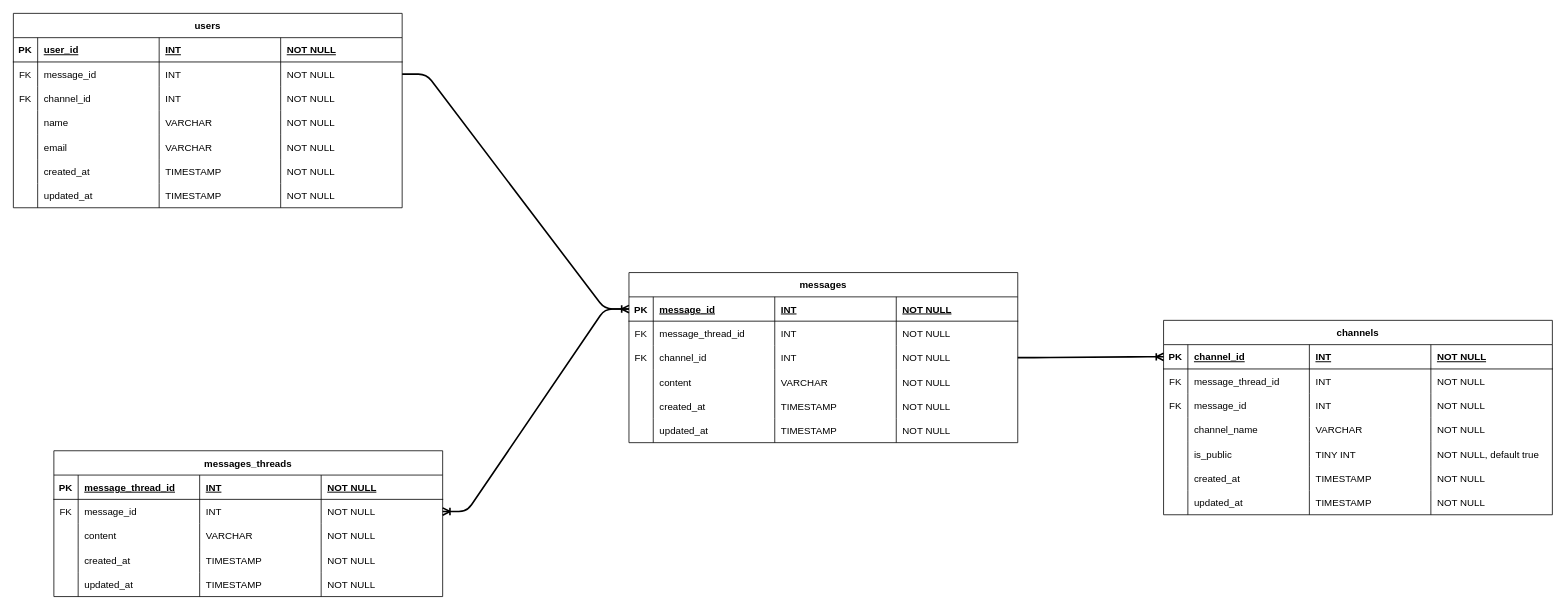
Earlier version of the draw.io diagram データベース設計/データモデリング/データモデリング2/課題1/課題1-1.drawio (ISAWASHUN/PrAhaChallenge). Source tidied: cells renumbered, new cells numbered last; positions are measured from the earlier drawing's top-left corner, leaving out a move shared by most shapes. Both pictures are drawn from the tidied source at 81%, with x=0, y=0 at pixel (13, 13).
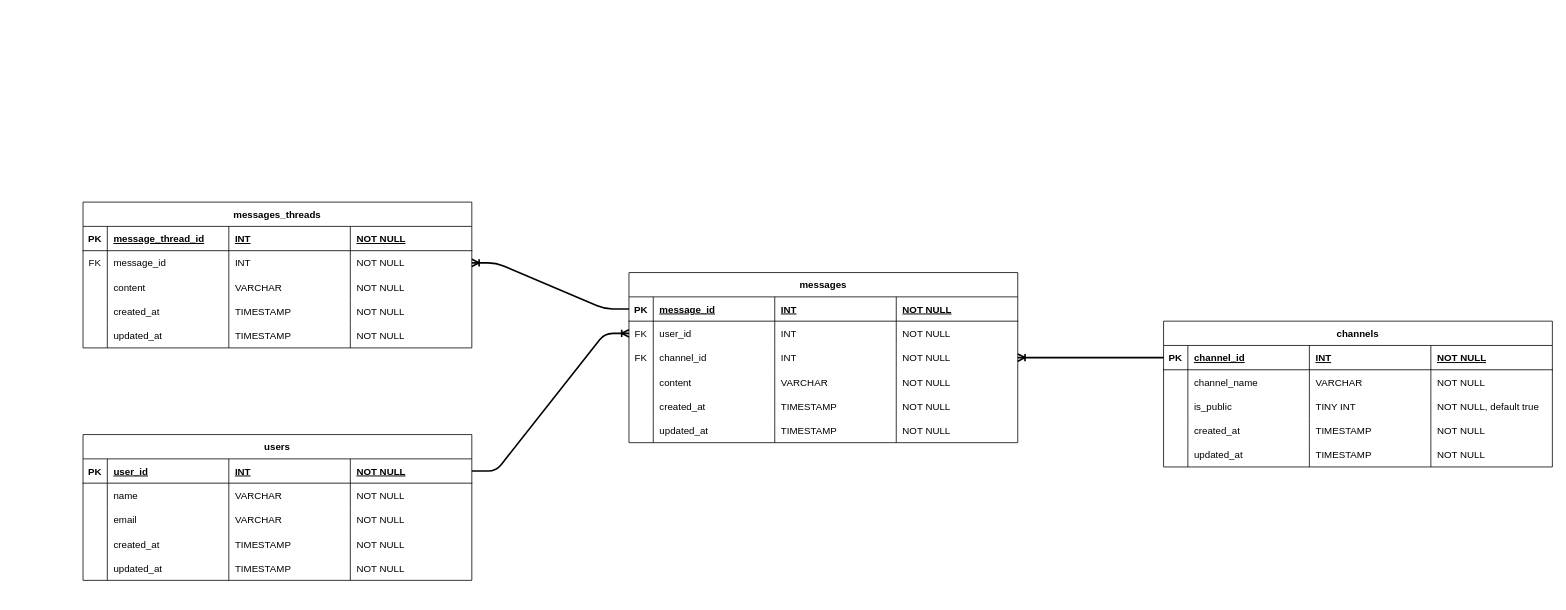
Above is the later version.

Commit message (it also covers changes not shown here):
✨Database Modeling2 外部キーが循環していたので修正

The change refers to these unchanged cells:
```xml
<mxCell id="3" style="shape=tableRow;horizontal=0;startSize=0;swimlaneHead=0;swimlaneBody=0;fillColor=none;points=[[0,0.5],[1,0.5]];portConstraint=eastwest;top=0;left=0;right=0;bottom=1;" parent="2" vertex="1">
  <mxGeometry y="30" width="480" height="30" as="geometry" />
</mxCell>
<mxCell id="39" style="shape=tableRow;horizontal=0;startSize=0;swimlaneHead=0;swimlaneBody=0;fillColor=none;points=[[0,0.5],[1,0.5]];portConstraint=eastwest;top=0;left=0;right=0;bottom=1;" parent="38" vertex="1">
  <mxGeometry y="30" width="480" height="30" as="geometry" />
</mxCell>
<mxCell id="44" style="shape=tableRow;horizontal=0;startSize=0;swimlaneHead=0;swimlaneBody=0;fillColor=none;points=[[0,0.5],[1,0.5]];portConstraint=eastwest;top=0;left=0;right=0;bottom=0;" parent="38" vertex="1">
  <mxGeometry y="60" width="480" height="30" as="geometry" />
</mxCell>
<mxCell id="49" style="shape=tableRow;horizontal=0;startSize=0;swimlaneHead=0;swimlaneBody=0;fillColor=none;points=[[0,0.5],[1,0.5]];portConstraint=eastwest;top=0;left=0;right=0;bottom=0;" parent="38" vertex="1">
  <mxGeometry y="90" width="480" height="30" as="geometry" />
</mxCell>
<mxCell id="96" style="shape=tableRow;horizontal=0;startSize=0;swimlaneHead=0;swimlaneBody=0;fillColor=none;points=[[0,0.5],[1,0.5]];portConstraint=eastwest;top=0;left=0;right=0;bottom=1;" parent="95" vertex="1">
  <mxGeometry y="30" width="480" height="30" as="geometry" />
</mxCell>
```

What changed in the source:
```diff
@@
     <mxCell id="2" value="users" style="shape=table;startSize=30;childLayout=tableLayout;rowLines=0;fontStyle=1;align=center;gradientColor=none;strokeColor=#0a0a0a;" parent="1" vertex="1">
-      <mxGeometry width="480" height="240" as="geometry" />
+      <mxGeometry x="86" y="520" width="480" height="180" as="geometry" />
     </mxCell>
@@
-    <mxCell id="8" style="shape=tableRow;horizontal=0;startSize=0;swimlaneHead=0;swimlaneBody=0;fillColor=none;points=[[0,0.5],[1,0.5]];portConstraint=eastwest;top=0;left=0;right=0;bottom=0;" parent="2" vertex="1">
-      <mxGeometry y="60" width="480" height="30" as="geometry" />
-    </mxCell>
-    <mxCell id="9" value="FK" style="shape=partialRectangle;fillColor=none;top=0;left=0;bottom=0;right=0;overflow=hidden;fontColor=#0d0c0c;" parent="8" vertex="1">
-      <mxGeometry width="30" height="30" as="geometry" />
-    </mxCell>
-    <mxCell id="10" value="message_id" style="shape=partialRectangle;fillColor=none;top=0;left=0;bottom=0;right=0;align=left;spacingLeft=6;overflow=hidden;fontColor=#000000;" parent="8" vertex="1">
-      <mxGeometry x="30" width="150" height="30" as="geometry" />
-    </mxCell>
-    <mxCell id="11" value="INT" style="shape=partialRectangle;fillColor=none;top=0;left=0;bottom=0;right=0;align=left;spacingLeft=6;overflow=hidden;fontColor=#000000;" parent="8" vertex="1">
-      <mxGeometry x="180" width="150" height="30" as="geometry" />
-    </mxCell>
-    <mxCell id="12" value="NOT NULL" style="shape=partialRectangle;fillColor=none;top=0;left=0;bottom=0;right=0;align=left;spacingLeft=6;overflow=hidden;fontColor=#000000;" parent="8" vertex="1">
-      <mxGeometry x="330" width="150" height="30" as="geometry" />
-    </mxCell>
-    <mxCell id="13" style="shape=tableRow;horizontal=0;startSize=0;swimlaneHead=0;swimlaneBody=0;fillColor=none;top=0;left=0;right=0;bottom=0;" parent="2" vertex="1">
-      <mxGeometry y="90" width="480" height="30" as="geometry" />
-    </mxCell>
-    <mxCell id="14" value="FK" style="shape=partialRectangle;fillColor=none;top=0;left=0;bottom=0;right=0;overflow=hidden;fontColor=#000000;" parent="13" vertex="1">
-      <mxGeometry width="30" height="30" as="geometry" />
-    </mxCell>
-    <mxCell id="15" value="channel_id" style="shape=partialRectangle;fillColor=none;top=0;left=0;bottom=0;right=0;align=left;spacingLeft=6;overflow=hidden;fontColor=#000000;" parent="13" vertex="1">
-      <mxGeometry x="30" width="150" height="30" as="geometry" />
-    </mxCell>
-    <mxCell id="16" value="INT" style="shape=partialRectangle;fillColor=none;top=0;left=0;bottom=0;right=0;align=left;spacingLeft=6;overflow=hidden;fontColor=#000000;" parent="13" vertex="1">
-      <mxGeometry x="180" width="150" height="30" as="geometry" />
-    </mxCell>
-    <mxCell id="17" value="NOT NULL" style="shape=partialRectangle;fillColor=none;top=0;left=0;bottom=0;right=0;align=left;spacingLeft=6;overflow=hidden;fontColor=#000000;" parent="13" vertex="1">
-      <mxGeometry x="330" width="150" height="30" as="geometry" />
-    </mxCell>
     <mxCell id="18" style="shape=tableRow;horizontal=0;startSize=0;swimlaneHead=0;swimlaneBody=0;fillColor=none;top=0;left=0;right=0;bottom=0;" parent="2" vertex="1">
-      <mxGeometry y="120" width="480" height="30" as="geometry" />
+      <mxGeometry y="60" width="480" height="30" as="geometry" />
     </mxCell>
@@
     <mxCell id="23" style="shape=tableRow;horizontal=0;startSize=0;swimlaneHead=0;swimlaneBody=0;fillColor=none;top=0;left=0;right=0;bottom=0;" parent="2" vertex="1">
-      <mxGeometry y="150" width="480" height="30" as="geometry" />
+      <mxGeometry y="90" width="480" height="30" as="geometry" />
     </mxCell>
@@
     <mxCell id="28" style="shape=tableRow;horizontal=0;startSize=0;swimlaneHead=0;swimlaneBody=0;fillColor=none;top=0;left=0;right=0;bottom=0;" parent="2" vertex="1">
-      <mxGeometry y="180" width="480" height="30" as="geometry" />
+      <mxGeometry y="120" width="480" height="30" as="geometry" />
     </mxCell>
@@
     <mxCell id="33" style="shape=tableRow;horizontal=0;startSize=0;swimlaneHead=0;swimlaneBody=0;fillColor=none;top=0;left=0;right=0;bottom=0;" parent="2" vertex="1">
-      <mxGeometry y="210" width="480" height="30" as="geometry" />
+      <mxGeometry y="150" width="480" height="30" as="geometry" />
     </mxCell>
@@
-    <mxCell id="46" value="message_thread_id" style="shape=partialRectangle;fillColor=none;top=0;left=0;bottom=0;right=0;align=left;spacingLeft=6;overflow=hidden;fontColor=#000000;" parent="44" vertex="1">
+    <mxCell id="46" value="user_id" style="shape=partialRectangle;fillColor=none;top=0;left=0;bottom=0;right=0;align=left;spacingLeft=6;overflow=hidden;fontColor=#000000;" parent="44" vertex="1">
       <mxGeometry x="30" width="150" height="30" as="geometry" />
     </mxCell>
@@
     <mxCell id="69" value="messages_threads" style="shape=table;startSize=30;childLayout=tableLayout;rowLines=0;fontStyle=1;align=center;gradientColor=none;strokeColor=#0a0a0a;" parent="1" vertex="1">
-      <mxGeometry x="50" y="540" width="480" height="180" as="geometry" />
+      <mxGeometry x="86" y="233" width="480" height="180" as="geometry" />
     </mxCell>
@@
     <mxCell id="95" value="channels" style="shape=table;startSize=30;childLayout=tableLayout;rowLines=0;fontStyle=1;align=center;gradientColor=none;strokeColor=#0a0a0a;" parent="1" vertex="1">
-      <mxGeometry x="1420" y="379" width="480" height="240" as="geometry" />
+      <mxGeometry x="1420" y="380" width="480" height="180" as="geometry" />
     </mxCell>
@@
-    <mxCell id="101" style="shape=tableRow;horizontal=0;startSize=0;swimlaneHead=0;swimlaneBody=0;fillColor=none;top=0;left=0;right=0;bottom=0;" parent="95" vertex="1">
-      <mxGeometry y="60" width="480" height="30" as="geometry" />
-    </mxCell>
-    <mxCell id="102" value="FK" style="shape=partialRectangle;fillColor=none;top=0;left=0;bottom=0;right=0;overflow=hidden;fontColor=#0d0c0c;" parent="101" vertex="1">
-      <mxGeometry width="30" height="30" as="geometry" />
-    </mxCell>
-    <mxCell id="103" value="message_thread_id" style="shape=partialRectangle;fillColor=none;top=0;left=0;bottom=0;right=0;align=left;spacingLeft=6;overflow=hidden;fontColor=#000000;" parent="101" vertex="1">
-      <mxGeometry x="30" width="150" height="30" as="geometry" />
-    </mxCell>
-    <mxCell id="104" value="INT" style="shape=partialRectangle;fillColor=none;top=0;left=0;bottom=0;right=0;align=left;spacingLeft=6;overflow=hidden;fontColor=#000000;" parent="101" vertex="1">
-      <mxGeometry x="180" width="150" height="30" as="geometry" />
-    </mxCell>
-    <mxCell id="105" value="NOT NULL" style="shape=partialRectangle;fillColor=none;top=0;left=0;bottom=0;right=0;align=left;spacingLeft=6;overflow=hidden;fontColor=#000000;" parent="101" vertex="1">
-      <mxGeometry x="330" width="150" height="30" as="geometry" />
-    </mxCell>
-    <mxCell id="106" style="shape=tableRow;horizontal=0;startSize=0;swimlaneHead=0;swimlaneBody=0;fillColor=none;top=0;left=0;right=0;bottom=0;" parent="95" vertex="1">
-      <mxGeometry y="90" width="480" height="30" as="geometry" />
-    </mxCell>
-    <mxCell id="107" value="FK" style="shape=partialRectangle;fillColor=none;top=0;left=0;bottom=0;right=0;overflow=hidden;fontColor=#000000;" parent="106" vertex="1">
-      <mxGeometry width="30" height="30" as="geometry" />
-    </mxCell>
-    <mxCell id="108" value="message_id" style="shape=partialRectangle;fillColor=none;top=0;left=0;bottom=0;right=0;align=left;spacingLeft=6;overflow=hidden;fontColor=#000000;" parent="106" vertex="1">
-      <mxGeometry x="30" width="150" height="30" as="geometry" />
-    </mxCell>
-    <mxCell id="109" value="INT" style="shape=partialRectangle;fillColor=none;top=0;left=0;bottom=0;right=0;align=left;spacingLeft=6;overflow=hidden;fontColor=#000000;" parent="106" vertex="1">
-      <mxGeometry x="180" width="150" height="30" as="geometry" />
-    </mxCell>
-    <mxCell id="110" value="NOT NULL" style="shape=partialRectangle;fillColor=none;top=0;left=0;bottom=0;right=0;align=left;spacingLeft=6;overflow=hidden;fontColor=#000000;" parent="106" vertex="1">
-      <mxGeometry x="330" width="150" height="30" as="geometry" />
-    </mxCell>
     <mxCell id="111" style="shape=tableRow;horizontal=0;startSize=0;swimlaneHead=0;swimlaneBody=0;fillColor=none;top=0;left=0;right=0;bottom=0;" parent="95" vertex="1">
-      <mxGeometry y="120" width="480" height="30" as="geometry" />
+      <mxGeometry y="60" width="480" height="30" as="geometry" />
     </mxCell>
@@
     <mxCell id="116" style="shape=tableRow;horizontal=0;startSize=0;swimlaneHead=0;swimlaneBody=0;fillColor=none;top=0;left=0;right=0;bottom=0;" parent="95" vertex="1">
-      <mxGeometry y="150" width="480" height="30" as="geometry" />
+      <mxGeometry y="90" width="480" height="30" as="geometry" />
     </mxCell>
@@
     <mxCell id="121" style="shape=tableRow;horizontal=0;startSize=0;swimlaneHead=0;swimlaneBody=0;fillColor=none;top=0;left=0;right=0;bottom=0;" parent="95" vertex="1">
-      <mxGeometry y="180" width="480" height="30" as="geometry" />
+      <mxGeometry y="120" width="480" height="30" as="geometry" />
     </mxCell>
@@
     <mxCell id="126" style="shape=tableRow;horizontal=0;startSize=0;swimlaneHead=0;swimlaneBody=0;fillColor=none;top=0;left=0;right=0;bottom=0;" parent="95" vertex="1">
-      <mxGeometry y="210" width="480" height="30" as="geometry" />
+      <mxGeometry y="150" width="480" height="30" as="geometry" />
     </mxCell>
@@
-    <mxCell id="132" style="edgeStyle=entityRelationEdgeStyle;fontSize=12;html=1;endArrow=ERoneToMany;fontColor=#000000;strokeColor=#000000;strokeWidth=2;exitX=1;exitY=0.5;exitDx=0;exitDy=0;entryX=0;entryY=0.5;entryDx=0;entryDy=0;" parent="1" edge="1" source="8" target="39">
-      <mxGeometry relative="1" as="geometry" />
-    </mxCell>
-    <mxCell id="133" style="edgeStyle=entityRelationEdgeStyle;fontSize=12;html=1;endArrow=ERoneToMany;fontColor=#000000;strokeColor=#000000;strokeWidth=2;exitX=1;exitY=0.5;exitDx=0;exitDy=0;entryX=0;entryY=0.5;entryDx=0;entryDy=0;" parent="1" edge="1" source="49" target="96">
+    <mxCell id="133" style="edgeStyle=entityRelationEdgeStyle;fontSize=12;html=1;endArrow=ERoneToMany;fontColor=#000000;strokeColor=#000000;strokeWidth=2;exitX=0;exitY=0.5;exitDx=0;exitDy=0;entryX=1;entryY=0.5;entryDx=0;entryDy=0;" parent="1" edge="1" source="96" target="49">
       <mxGeometry relative="1" as="geometry" />
     </mxCell>
+    <mxCell id="134" style="edgeStyle=entityRelationEdgeStyle;fontSize=12;html=1;endArrow=ERoneToMany;fontColor=#000000;strokeColor=#000000;strokeWidth=2;exitX=1;exitY=0.5;exitDx=0;exitDy=0;entryX=0;entryY=0.5;entryDx=0;entryDy=0;" parent="1" edge="1" source="3" target="44">
+      <mxGeometry relative="1" as="geometry" />
+    </mxCell>
```
